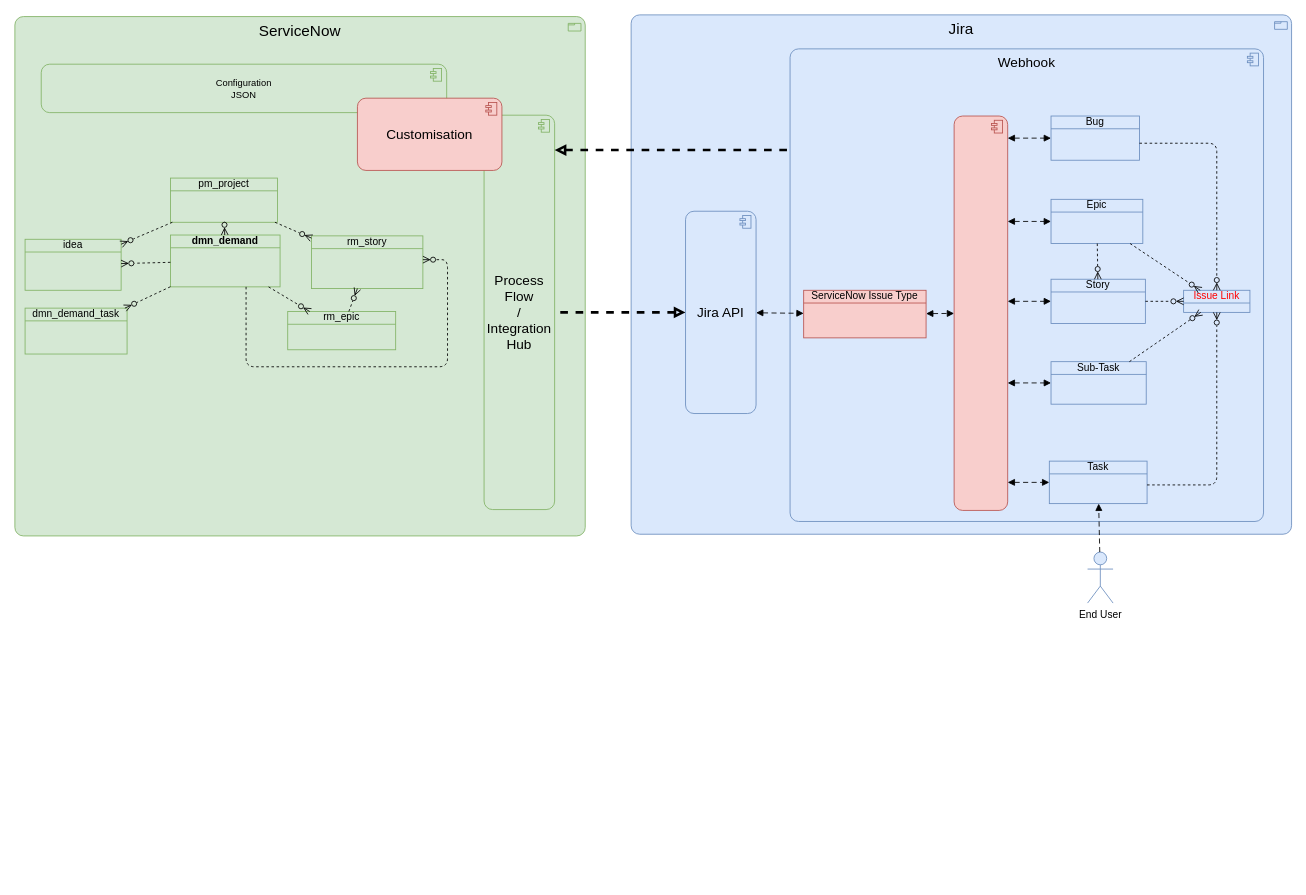
Earlier version of the draw.io diagram page "integrationHub" (17 of 18) of Bosch.drawio (algimas/tmp). Source tidied: cells renumbered, new cells numbered last; positions are measured from the earlier drawing's top-left corner, leaving out a move shared by most shapes. Both pictures are drawn from the tidied source at 85%, with x=0, y=0 at pixel (14, 14).
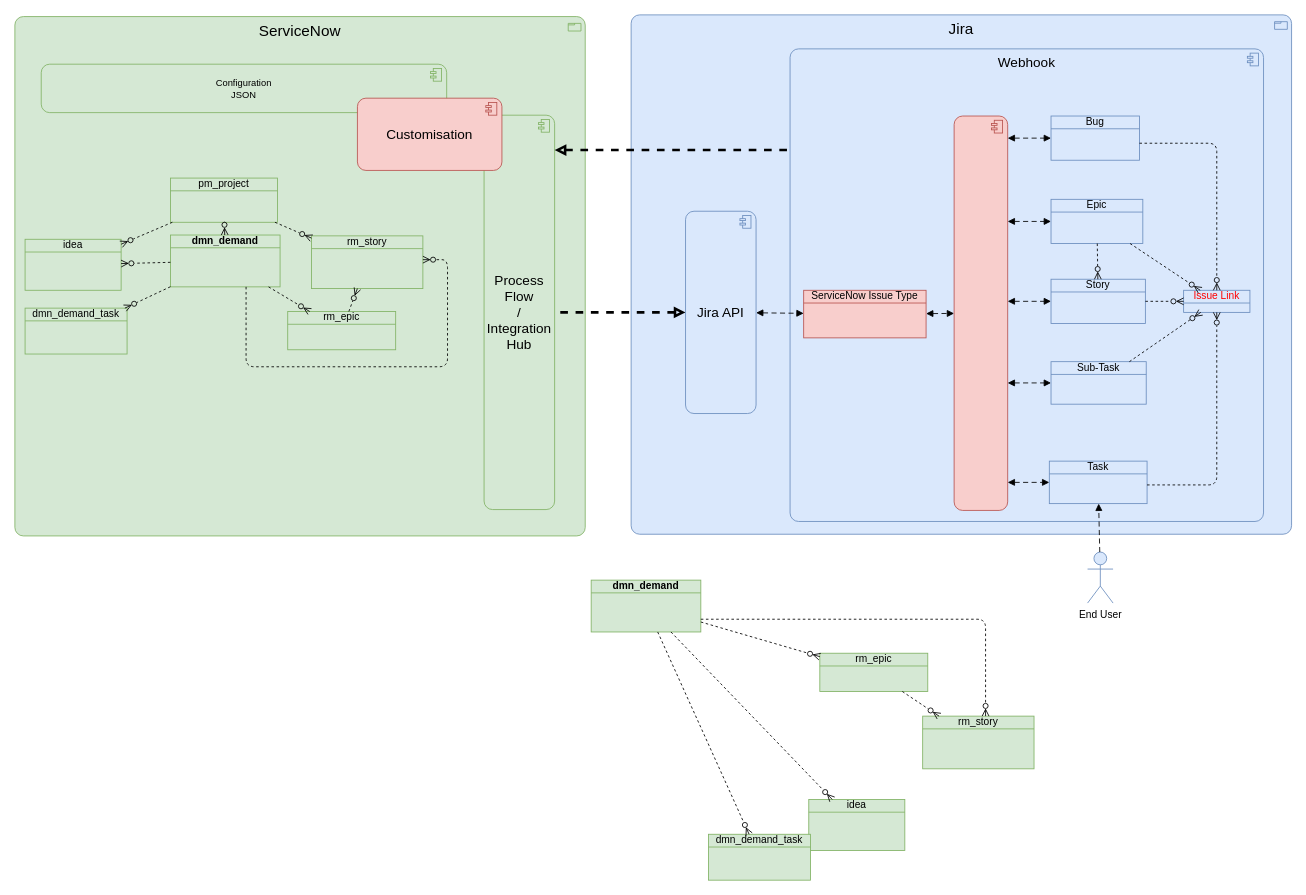
After the change.

Change to the diagram source:
```diff
@@
+    <mxCell id="48" value="&lt;b&gt;dmn_demand&lt;/b&gt;" style="html=1;outlineConnect=0;whiteSpace=wrap;fillColor=#d5e8d4;shape=mxgraph.archimate3.businessObject;overflow=fill;strokeColor=#82b366;" parent="1" vertex="1">
+      <mxGeometry x="678" y="665" width="129" height="61" as="geometry" />
+    </mxCell>
+    <mxCell id="49" value="rm_epic" style="html=1;outlineConnect=0;whiteSpace=wrap;fillColor=#d5e8d4;shape=mxgraph.archimate3.businessObject;overflow=fill;strokeColor=#82b366;" parent="1" vertex="1">
+      <mxGeometry x="947" y="751" width="127" height="45" as="geometry" />
+    </mxCell>
+    <mxCell id="50" value="rm_story" style="html=1;outlineConnect=0;whiteSpace=wrap;fillColor=#d5e8d4;shape=mxgraph.archimate3.businessObject;overflow=fill;strokeColor=#82b366;" parent="1" vertex="1">
+      <mxGeometry x="1068" y="825" width="131" height="62" as="geometry" />
+    </mxCell>
+    <mxCell id="51" value="idea" style="html=1;outlineConnect=0;whiteSpace=wrap;fillColor=#d5e8d4;shape=mxgraph.archimate3.businessObject;overflow=fill;strokeColor=#82b366;" parent="1" vertex="1">
+      <mxGeometry x="934" y="923" width="113" height="60" as="geometry" />
+    </mxCell>
+    <mxCell id="52" style="html=1;dashed=1;labelBackgroundColor=none;startArrow=none;endArrow=ERzeroToMany;fontFamily=Verdana;fontSize=12;align=left;startFill=0;endFill=0;" parent="1" edge="1" source="48" target="51">
+      <mxGeometry relative="1" as="geometry" />
+    </mxCell>
+    <mxCell id="53" style="html=1;dashed=1;labelBackgroundColor=none;startArrow=none;endArrow=ERzeroToMany;fontFamily=Verdana;fontSize=12;align=left;startFill=0;endFill=0;" parent="1" edge="1" source="49" target="50">
+      <mxGeometry relative="1" as="geometry" />
+    </mxCell>
+    <mxCell id="54" style="html=1;dashed=1;labelBackgroundColor=none;startArrow=none;endArrow=ERzeroToMany;fontFamily=Verdana;fontSize=12;align=left;startFill=0;endFill=0;" parent="1" edge="1" source="48" target="49">
+      <mxGeometry relative="1" as="geometry" />
+    </mxCell>
+    <mxCell id="55" value="dmn_demand_task" style="html=1;outlineConnect=0;whiteSpace=wrap;fillColor=#d5e8d4;shape=mxgraph.archimate3.businessObject;overflow=fill;strokeColor=#82b366;" parent="1" vertex="1">
+      <mxGeometry x="816" y="964" width="120" height="54" as="geometry" />
+    </mxCell>
+    <mxCell id="56" style="html=1;dashed=1;labelBackgroundColor=none;startArrow=none;endArrow=ERzeroToMany;fontFamily=Verdana;fontSize=12;align=left;startFill=0;endFill=0;" parent="1" edge="1" source="48" target="55">
+      <mxGeometry relative="1" as="geometry" />
+    </mxCell>
+    <mxCell id="57" style="html=1;dashed=1;labelBackgroundColor=none;startArrow=none;endArrow=ERzeroToMany;fontFamily=Verdana;fontSize=12;align=left;startFill=0;endFill=0;edgeStyle=orthogonalEdgeStyle;" parent="1" edge="1" source="48" target="50">
+      <mxGeometry relative="1" as="geometry">
+        <Array as="points">
+          <mxPoint x="1142" y="711" />
+        </Array>
+      </mxGeometry>
+    </mxCell>
```
